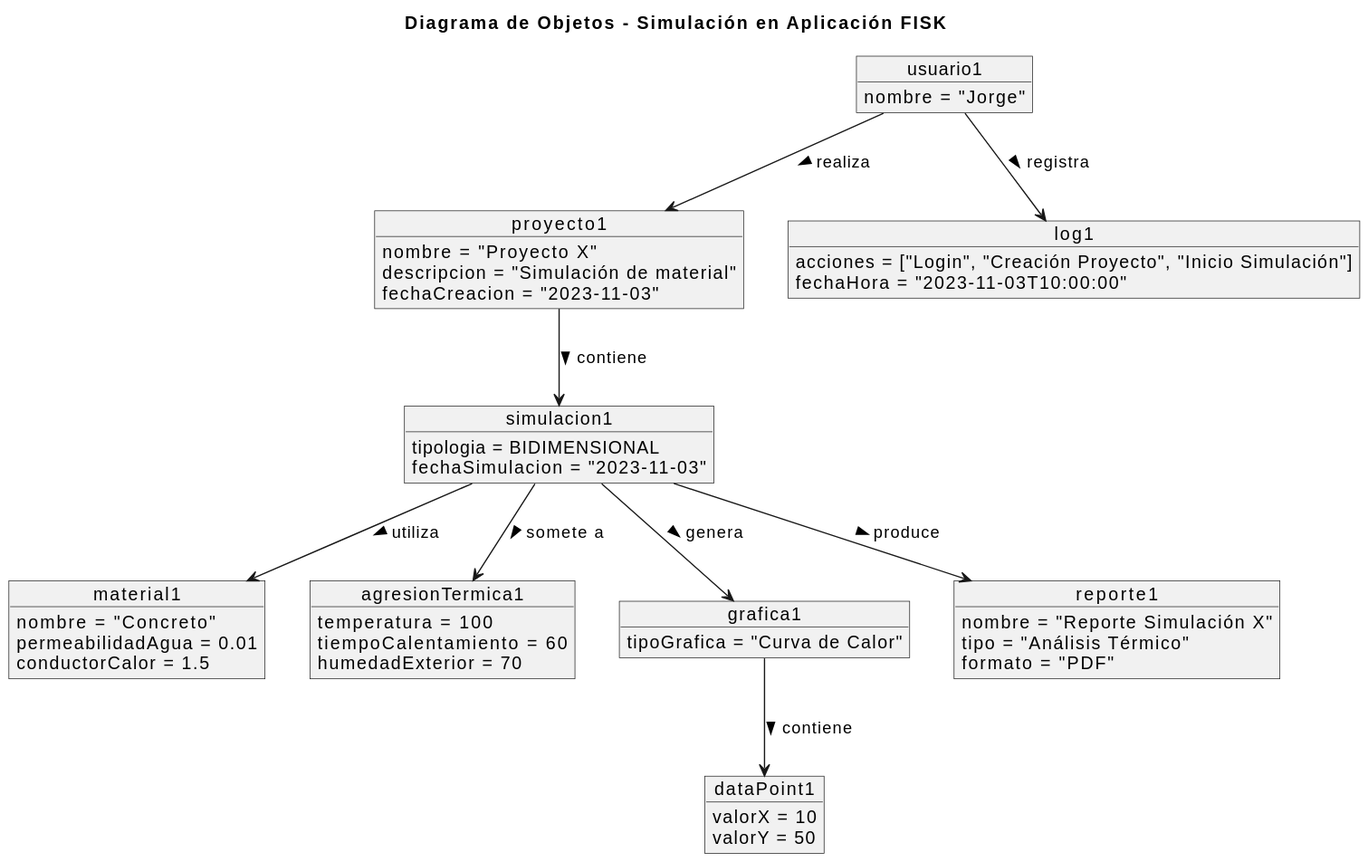
Earlier version of the PlantUML export imagenes/modelosUML/diagramaObjetos.svg (mmasias/23-24-IdSw1-SDR).
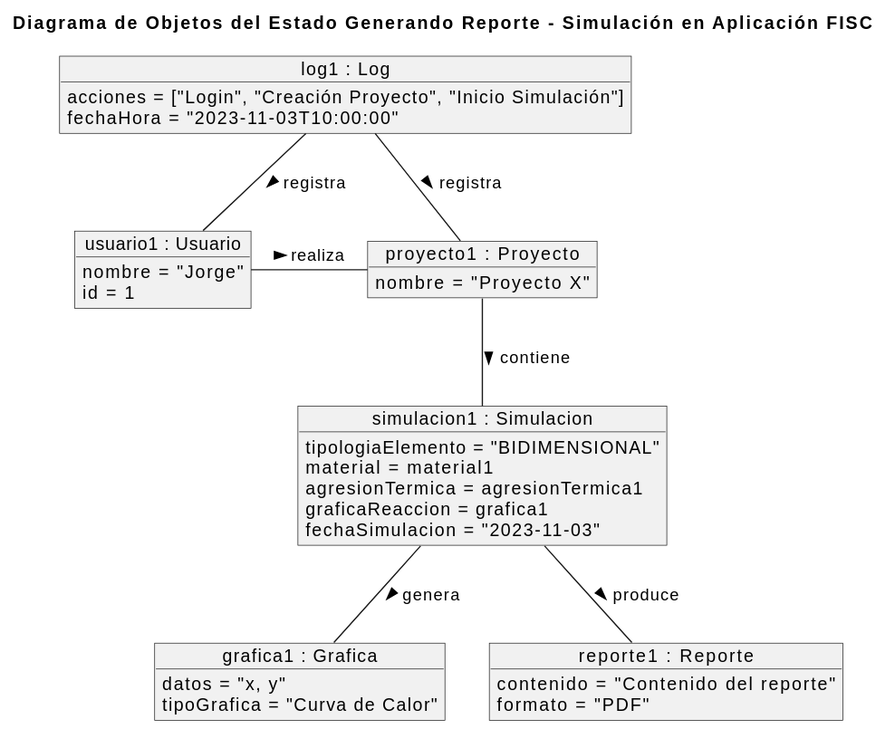
After the change.

The edit, as a diff of the source:
```diff
@@ -1,59 +1,42 @@
 @startuml
-title Diagrama de Objetos - Simulación en Aplicación FISK
+title Diagrama de Objetos del Estado Generando Reporte - Simulación en Aplicación FISC
 
-object usuario1 {
+object "usuario1 : Usuario" as usuario1 {
     nombre = "Jorge"
+    id = 1
 }
 
-object proyecto1 {
+object "proyecto1 : Proyecto" as proyecto1 {
     nombre = "Proyecto X"
-    descripcion = "Simulación de material"
-    fechaCreacion = "2023-11-03"
 }
 
-object simulacion1 {
-    tipologia = BIDIMENSIONAL
+object "simulacion1 : Simulacion" as simulacion1 {
+    tipologiaElemento = "BIDIMENSIONAL"
+    material = material1
+    agresionTermica = agresionTermica1
+    graficaReaccion = grafica1
     fechaSimulacion = "2023-11-03"
 }
 
-object material1 {
-    nombre = "Concreto"
-    permeabilidadAgua = 0.01
-    conductorCalor = 1.5
-}
-
-object agresionTermica1 {
-    temperatura = 100
-    tiempoCalentamiento = 60
-    humedadExterior = 70
-}
-
-object grafica1 {
+object "grafica1 : Grafica" as grafica1 {
+    datos = "x, y"
     tipoGrafica = "Curva de Calor"
 }
 
-object dataPoint1 {
-    valorX = 10
-    valorY = 50
-}
-
-object log1 {
+object "log1 : Log" as log1 {
     acciones = ["Login", "Creación Proyecto", "Inicio Simulación"]
     fechaHora = "2023-11-03T10:00:00"
 }
 
-object reporte1 {
-    nombre = "Reporte Simulación X"
-    tipo = "Análisis Térmico"
+object "reporte1 : Reporte" as reporte1 {
+    contenido = "Contenido del reporte"
     formato = "PDF"
 }
 
-usuario1 -down-> proyecto1 : "realiza >"
-proyecto1 -down-> simulacion1 : "contiene >"
-simulacion1 -down-> material1 : "utiliza >"
-simulacion1 -down-> agresionTermica1 : "somete a >"
-simulacion1 -down-> grafica1 : "genera >"
-simulacion1 -down-> reporte1 : "produce >"
-usuario1 -down-> log1 : "registra >"
-grafica1 -down-> dataPoint1 : "contiene >"
+usuario1 - proyecto1 : "realiza >"
+proyecto1 -- simulacion1 : "contiene >"
+simulacion1 -- grafica1 : "genera >"
+simulacion1 -- reporte1 : "produce >"
+log1 -- usuario1: "registra >"
+log1 -- proyecto1 : "registra >"
 @enduml
```
